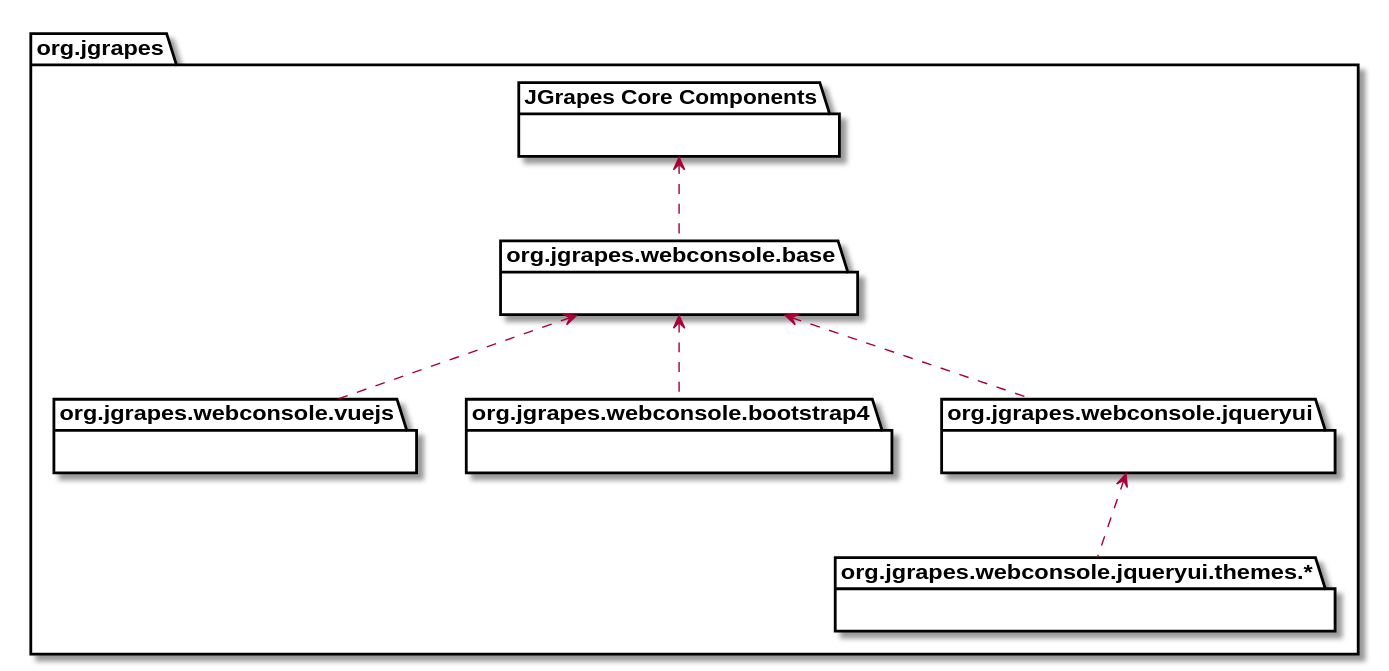
The PlantUML diagram javadoc-webconsole/org/jgrapes/webconsole/base/package-hierarchy.svg in mnlipp/jgrapes, before a commit. Source of this version:
```plantuml
@startuml
skinparam svgLinkTarget _parent

 package org.jgrapes {
     package "JGrapes Core Components" {
     }

     package org.jgrapes.webconsole.base       [[org/jgrapes/webconsole/base/package-summary.html#package.description]] {
     }

     package org.jgrapes.webconsole.vuejs       [[org/jgrapes/webconsole/vuejs/package-summary.html#package.description]] {
     }

     package org.jgrapes.webconsole.bootstrap4       [[org/jgrapes/webconsole/bootstrap4/package-summary.html#package.description]] {
     }

     package org.jgrapes.webconsole.jqueryui       [[org/jgrapes/webconsole/jqueryui/package-summary.html#package.description]] {
     }

     package "org.jgrapes.webconsole.jqueryui.themes.*" {
     }
 }

 "JGrapes Core Components" <.. org.jgrapes.webconsole.base
 org.jgrapes.webconsole.base <.. "org.jgrapes.webconsole.jqueryui"
 org.jgrapes.webconsole.jqueryui <.. "org.jgrapes.webconsole.jqueryui.themes.*"
 org.jgrapes.webconsole.base <.. "org.jgrapes.webconsole.bootstrap4"
 org.jgrapes.webconsole.base <.. "org.jgrapes.webconsole.vuejs"
@enduml
```
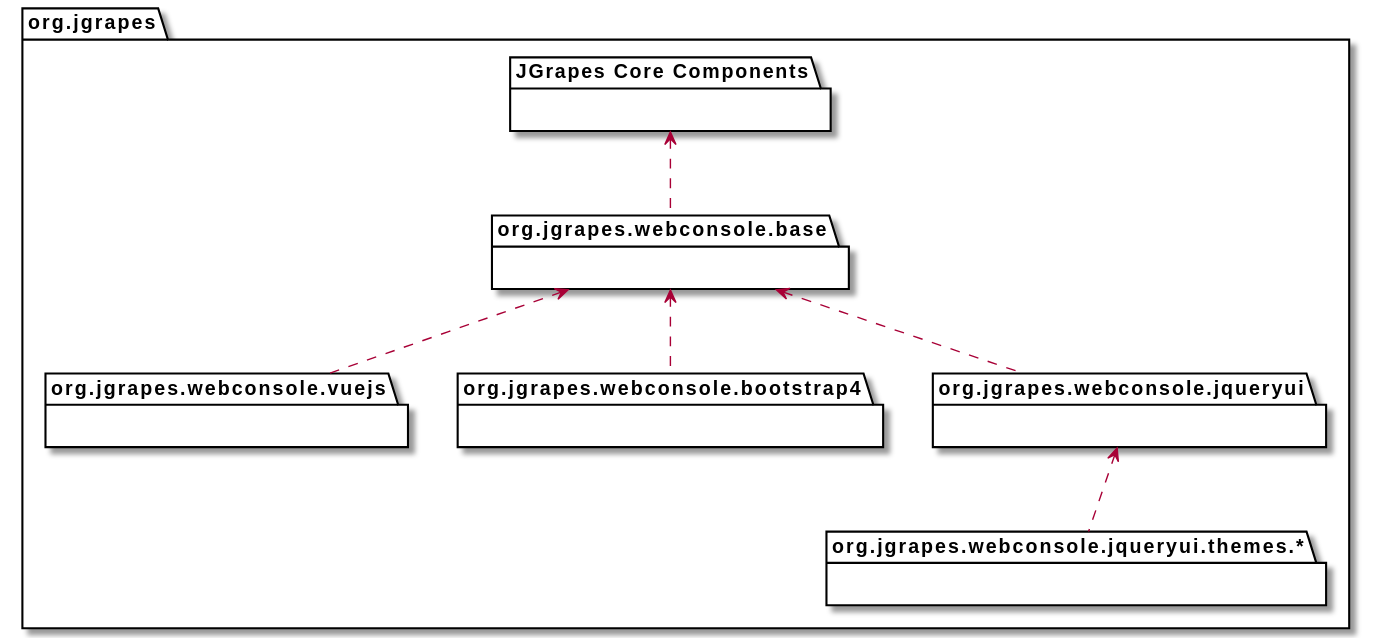
After the commit.

The edit, as a diff of the source:
```diff
@@ -5,16 +5,16 @@
      package "JGrapes Core Components" {
      }
 
-     package org.jgrapes.webconsole.base       [[org/jgrapes/webconsole/base/package-summary.html#package.description]] {
+     package org.jgrapes.webconsole.base       [[../../webconsole/base/package-summary.html#package.description]] {
      }
 
-     package org.jgrapes.webconsole.vuejs       [[org/jgrapes/webconsole/vuejs/package-summary.html#package.description]] {
+     package org.jgrapes.webconsole.vuejs       [[../../webconsole/vuejs/package-summary.html#package.description]] {
      }
 
-     package org.jgrapes.webconsole.bootstrap4       [[org/jgrapes/webconsole/bootstrap4/package-summary.html#package.description]] {
+     package org.jgrapes.webconsole.bootstrap4       [[../../webconsole/bootstrap4/package-summary.html#package.description]] {
      }
 
-     package org.jgrapes.webconsole.jqueryui       [[org/jgrapes/webconsole/jqueryui/package-summary.html#package.description]] {
+     package org.jgrapes.webconsole.jqueryui       [[../../webconsole/jqueryui/package-summary.html#package.description]] {
      }
 
      package "org.jgrapes.webconsole.jqueryui.themes.*" {
```
